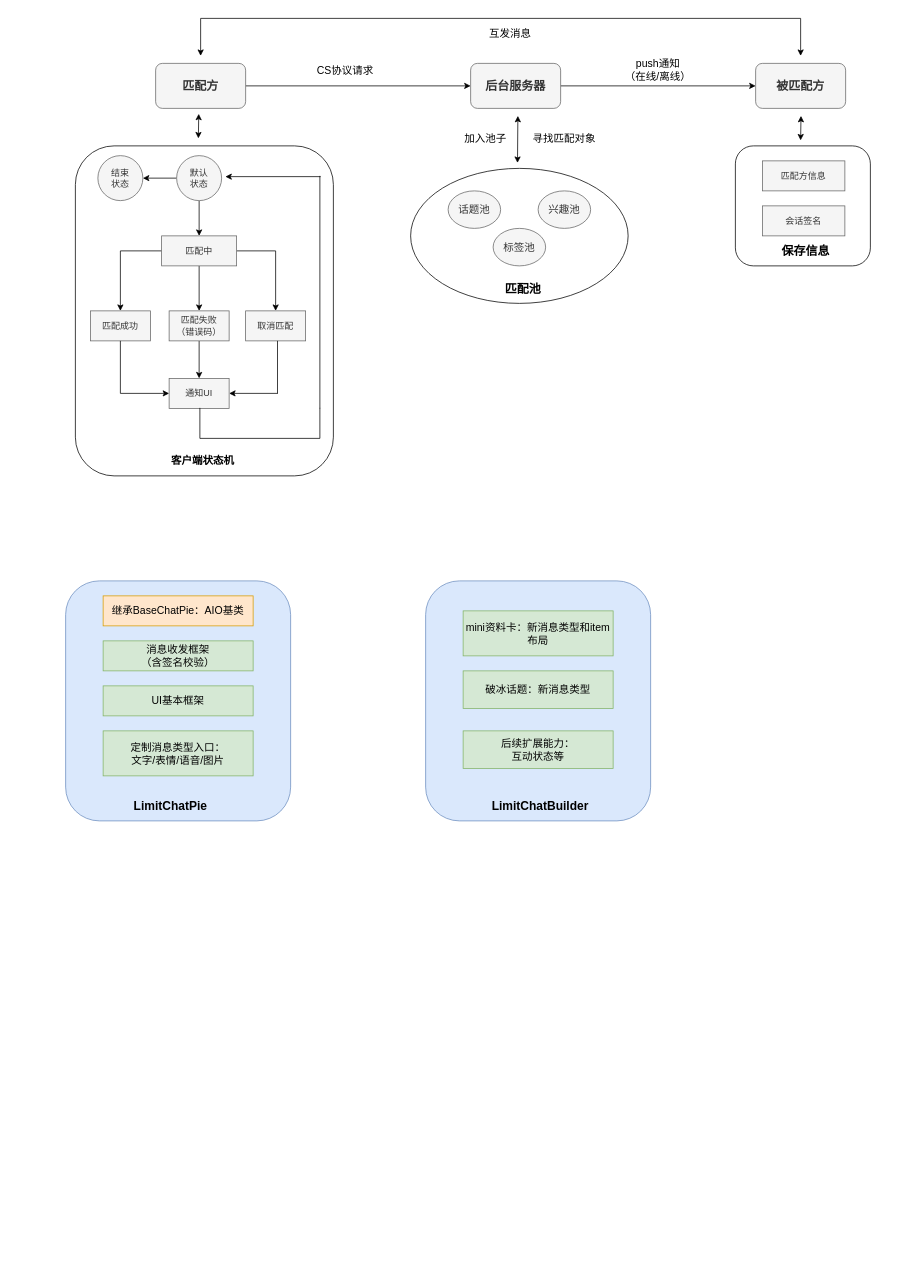
The draw.io diagram page "kuolie" (4 of 4) of t3.drawio in wind1096471134/Brainstorming, before the edit. Source tidied: cells renumbered, new cells numbered last; positions are measured from the earlier drawing's top-left corner, leaving out a move shared by most shapes. Both pictures are drawn from the tidied source at 75%, with x=0, y=0 at pixel (65, 18).
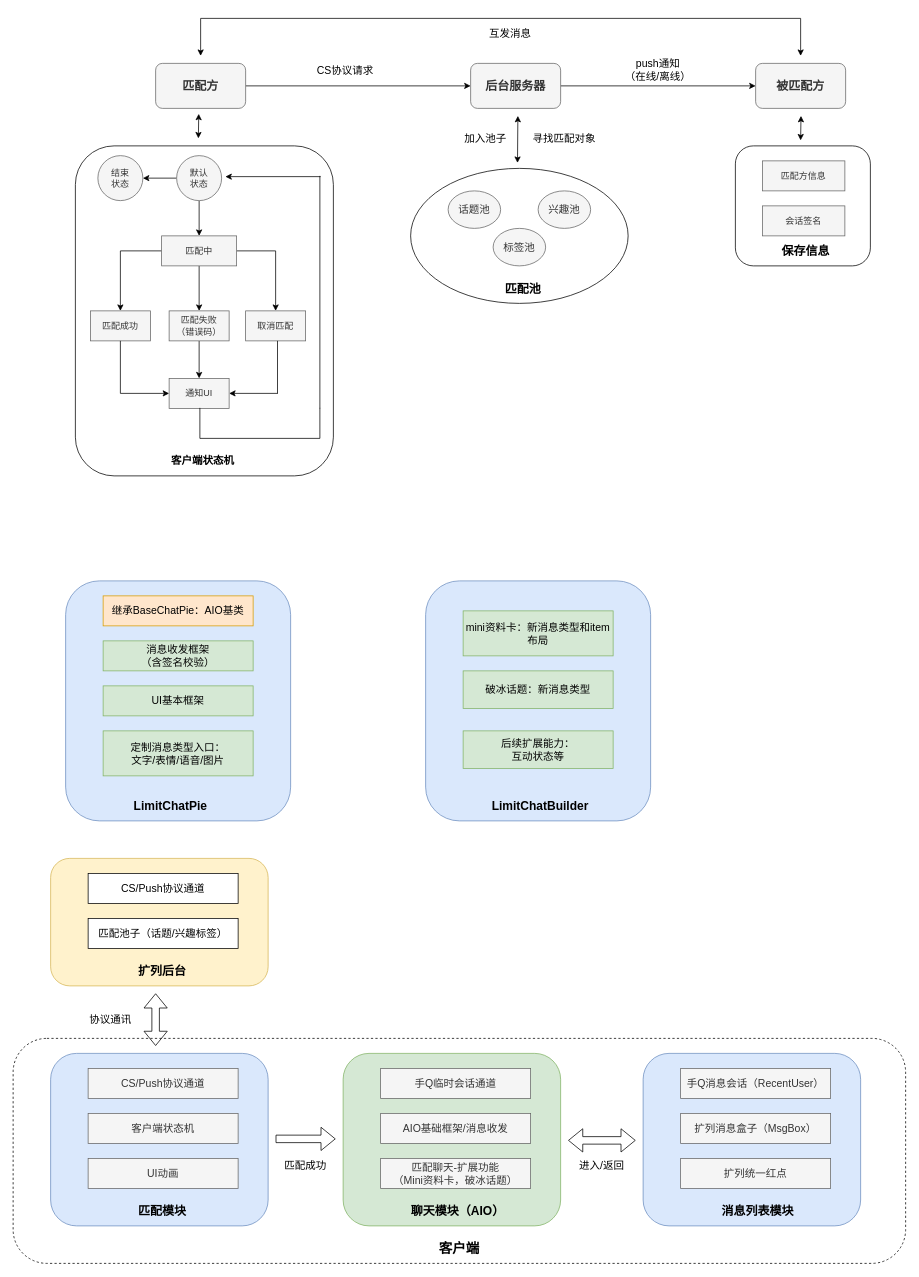
The same diagram, later.

Change to the diagram source:
```diff
@@
+    <mxCell id="60" style="rounded=1;whiteSpace=wrap;html=1;dashed=1;fillColor=none;strokeWidth=1;perimeterSpacing=2;" parent="1" vertex="1">
+      <mxGeometry x="-70" y="1360" width="1190" height="300" as="geometry" />
+    </mxCell>
@@
+    <mxCell id="61" style="rounded=1;whiteSpace=wrap;html=1;fillColor=#d5e8d4;strokeColor=#82b366;" parent="1" vertex="1">
+      <mxGeometry x="370" y="1380" width="290" height="230" as="geometry" />
+    </mxCell>
+    <mxCell id="62" value="&lt;font style=&quot;font-size: 16px&quot;&gt;&lt;b&gt;聊天模块（AIO）&lt;/b&gt;&lt;/font&gt;" style="text;html=1;strokeColor=none;fillColor=none;align=center;verticalAlign=middle;whiteSpace=wrap;rounded=0;" parent="1" vertex="1">
+      <mxGeometry x="450" y="1580" width="146" height="20" as="geometry" />
+    </mxCell>
+    <mxCell id="63" value="&lt;font style=&quot;font-size: 14px&quot;&gt;手Q临时会话通道&lt;/font&gt;" style="rounded=0;whiteSpace=wrap;html=1;fillColor=#f5f5f5;strokeColor=#666666;fontColor=#333333;" parent="1" vertex="1">
+      <mxGeometry x="420" y="1400" width="200" height="40" as="geometry" />
+    </mxCell>
+    <mxCell id="64" value="&lt;font style=&quot;font-size: 14px&quot;&gt;AIO基础框架/消息收发&lt;/font&gt;" style="rounded=0;whiteSpace=wrap;html=1;fillColor=#f5f5f5;strokeColor=#666666;fontColor=#333333;" parent="1" vertex="1">
+      <mxGeometry x="420" y="1460" width="200" height="40" as="geometry" />
+    </mxCell>
+    <mxCell id="65" value="&lt;font style=&quot;font-size: 14px&quot;&gt;匹配聊天-扩展功能&lt;br&gt;（Mini资料卡，破冰话题）&lt;br&gt;&lt;/font&gt;" style="rounded=0;whiteSpace=wrap;html=1;fillColor=#f5f5f5;strokeColor=#666666;fontColor=#333333;" parent="1" vertex="1">
+      <mxGeometry x="420" y="1520" width="200" height="40" as="geometry" />
+    </mxCell>
+    <mxCell id="66" style="rounded=1;whiteSpace=wrap;html=1;fillColor=#dae8fc;strokeColor=#6c8ebf;" parent="1" vertex="1">
+      <mxGeometry x="770" y="1380" width="290" height="230" as="geometry" />
+    </mxCell>
+    <mxCell id="67" value="&lt;font style=&quot;font-size: 16px&quot;&gt;&lt;b&gt;消息列表模块&lt;/b&gt;&lt;/font&gt;" style="text;html=1;strokeColor=none;fillColor=none;align=center;verticalAlign=middle;whiteSpace=wrap;rounded=0;" parent="1" vertex="1">
+      <mxGeometry x="870" y="1580" width="106" height="20" as="geometry" />
+    </mxCell>
+    <mxCell id="68" value="&lt;font style=&quot;font-size: 14px&quot;&gt;手Q消息会话（RecentUser）&lt;/font&gt;" style="rounded=0;whiteSpace=wrap;html=1;fillColor=#f5f5f5;strokeColor=#666666;fontColor=#333333;" parent="1" vertex="1">
+      <mxGeometry x="820" y="1400" width="200" height="40" as="geometry" />
+    </mxCell>
+    <mxCell id="69" value="&lt;font style=&quot;font-size: 14px&quot;&gt;扩列消息盒子（MsgBox）&lt;/font&gt;" style="rounded=0;whiteSpace=wrap;html=1;fillColor=#f5f5f5;strokeColor=#666666;fontColor=#333333;" parent="1" vertex="1">
+      <mxGeometry x="820" y="1460" width="200" height="40" as="geometry" />
+    </mxCell>
+    <mxCell id="70" value="&lt;font style=&quot;font-size: 14px&quot;&gt;扩列统一红点&lt;/font&gt;" style="rounded=0;whiteSpace=wrap;html=1;fillColor=#f5f5f5;strokeColor=#666666;fontColor=#333333;" parent="1" vertex="1">
+      <mxGeometry x="820" y="1520" width="200" height="40" as="geometry" />
+    </mxCell>
+    <mxCell id="71" style="rounded=1;whiteSpace=wrap;html=1;fillColor=#dae8fc;strokeColor=#6c8ebf;" parent="1" vertex="1">
+      <mxGeometry x="-20" y="1380" width="290" height="230" as="geometry" />
+    </mxCell>
+    <mxCell id="72" value="&lt;font style=&quot;font-size: 16px&quot;&gt;&lt;b&gt;匹配模块&lt;/b&gt;&lt;/font&gt;" style="text;html=1;strokeColor=none;fillColor=none;align=center;verticalAlign=middle;whiteSpace=wrap;rounded=0;" parent="1" vertex="1">
+      <mxGeometry x="94" y="1580" width="70" height="20" as="geometry" />
+    </mxCell>
+    <mxCell id="73" value="&lt;font style=&quot;font-size: 14px&quot;&gt;CS/Push协议通道&lt;/font&gt;" style="rounded=0;whiteSpace=wrap;html=1;fillColor=#f5f5f5;strokeColor=#666666;fontColor=#333333;" parent="1" vertex="1">
+      <mxGeometry x="30" y="1400" width="200" height="40" as="geometry" />
+    </mxCell>
+    <mxCell id="74" value="&lt;font style=&quot;font-size: 14px&quot;&gt;客户端状态机&lt;/font&gt;" style="rounded=0;whiteSpace=wrap;html=1;fillColor=#f5f5f5;strokeColor=#666666;fontColor=#333333;" parent="1" vertex="1">
+      <mxGeometry x="30" y="1460" width="200" height="40" as="geometry" />
+    </mxCell>
+    <mxCell id="75" value="&lt;font style=&quot;font-size: 14px&quot;&gt;UI动画&lt;/font&gt;" style="rounded=0;whiteSpace=wrap;html=1;fillColor=#f5f5f5;strokeColor=#666666;fontColor=#333333;" parent="1" vertex="1">
+      <mxGeometry x="30" y="1520" width="200" height="40" as="geometry" />
+    </mxCell>
+    <mxCell id="76" style="rounded=1;whiteSpace=wrap;html=1;fillColor=#fff2cc;strokeColor=#d6b656;" parent="1" vertex="1">
+      <mxGeometry x="-20" y="1120" width="290" height="170" as="geometry" />
+    </mxCell>
+    <mxCell id="77" value="&lt;font style=&quot;font-size: 16px&quot;&gt;&lt;b&gt;扩列后台&lt;/b&gt;&lt;/font&gt;" style="text;html=1;strokeColor=none;fillColor=none;align=center;verticalAlign=middle;whiteSpace=wrap;rounded=0;" parent="1" vertex="1">
+      <mxGeometry x="94" y="1260" width="70" height="20" as="geometry" />
+    </mxCell>
+    <mxCell id="78" value="&lt;font style=&quot;font-size: 14px&quot;&gt;CS/Push协议通道&lt;/font&gt;" style="rounded=0;whiteSpace=wrap;html=1;" parent="1" vertex="1">
+      <mxGeometry x="30" y="1140" width="200" height="40" as="geometry" />
+    </mxCell>
+    <mxCell id="79" value="&lt;font style=&quot;font-size: 14px&quot;&gt;匹配池子（话题/兴趣标签）&lt;/font&gt;" style="rounded=0;whiteSpace=wrap;html=1;" parent="1" vertex="1">
+      <mxGeometry x="30" y="1200" width="200" height="40" as="geometry" />
+    </mxCell>
+    <mxCell id="80" style="shape=flexArrow;endArrow=classic;startArrow=classic;html=1;" parent="1" edge="1">
+      <mxGeometry relative="1" as="geometry">
+        <mxPoint x="120" y="1370" as="sourcePoint" />
+        <mxPoint x="120" y="1300" as="targetPoint" />
+      </mxGeometry>
+    </mxCell>
+    <mxCell id="81" value="&lt;font style=&quot;font-size: 14px&quot;&gt;协议通讯&lt;/font&gt;" style="text;html=1;strokeColor=none;fillColor=none;align=center;verticalAlign=middle;whiteSpace=wrap;rounded=0;" parent="1" vertex="1">
+      <mxGeometry x="30" y="1325" width="60" height="20" as="geometry" />
+    </mxCell>
+    <mxCell id="82" style="shape=flexArrow;endArrow=classic;html=1;" parent="1" edge="1">
+      <mxGeometry relative="1" as="geometry">
+        <mxPoint x="280" y="1494" as="sourcePoint" />
+        <mxPoint x="360" y="1494" as="targetPoint" />
+      </mxGeometry>
+    </mxCell>
+    <mxCell id="83" style="shape=flexArrow;endArrow=classic;startArrow=classic;html=1;" parent="1" edge="1">
+      <mxGeometry relative="1" as="geometry">
+        <mxPoint x="670" y="1496" as="sourcePoint" />
+        <mxPoint x="760" y="1496" as="targetPoint" />
+      </mxGeometry>
+    </mxCell>
+    <mxCell id="84" value="&lt;font style=&quot;font-size: 14px&quot;&gt;匹配成功&lt;/font&gt;" style="text;html=1;strokeColor=none;fillColor=none;align=center;verticalAlign=middle;whiteSpace=wrap;rounded=0;" parent="1" vertex="1">
+      <mxGeometry x="290" y="1520" width="60" height="20" as="geometry" />
+    </mxCell>
+    <mxCell id="85" value="&lt;span style=&quot;font-size: 14px&quot;&gt;进入/返回&lt;/span&gt;" style="text;html=1;strokeColor=none;fillColor=none;align=center;verticalAlign=middle;whiteSpace=wrap;rounded=0;" parent="1" vertex="1">
+      <mxGeometry x="680" y="1520" width="70" height="20" as="geometry" />
+    </mxCell>
+    <mxCell id="86" value="&lt;font size=&quot;1&quot;&gt;&lt;b style=&quot;font-size: 18px&quot;&gt;客户端&lt;/b&gt;&lt;/font&gt;" style="text;html=1;strokeColor=none;fillColor=none;align=center;verticalAlign=middle;whiteSpace=wrap;rounded=0;dashed=1;" parent="1" vertex="1">
+      <mxGeometry x="490" y="1630" width="70" height="20" as="geometry" />
+    </mxCell>
```
